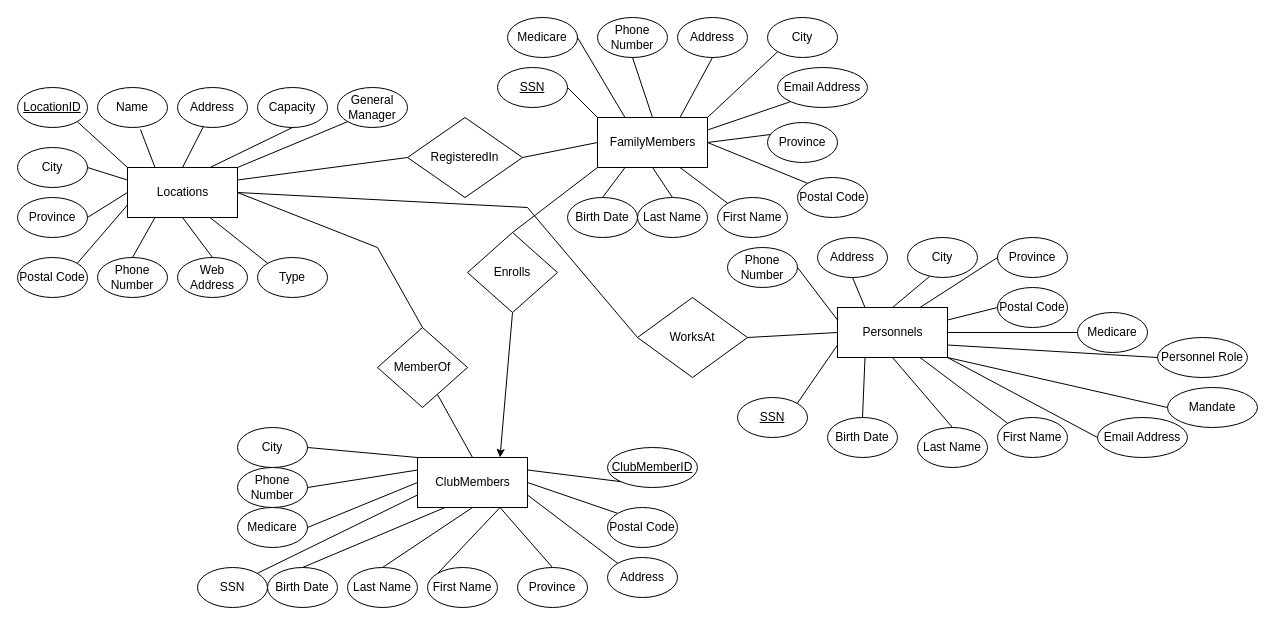
The draw.io diagram ERDiagram.drawio in Siri2K/Club-membership, before the edit. Source tidied: cells renumbered, new cells numbered last; positions are measured from the earlier drawing's top-left corner, leaving out a move shared by most shapes. Both pictures are drawn from the tidied source at 100%, with x=0, y=0 at pixel (17, 17).
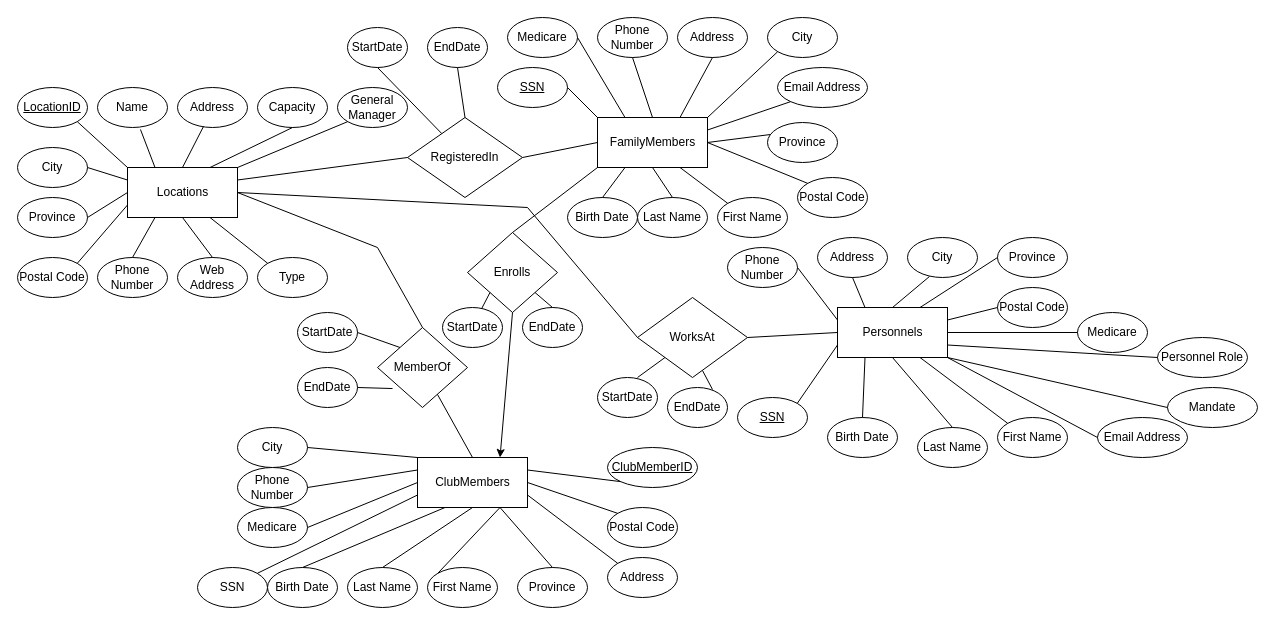
After the change.

Unchanged cells that the change refers to:
```xml
<mxCell id="98" value="MemberOf" style="rhombus;whiteSpace=wrap;html=1;" parent="1" vertex="1">
  <mxGeometry x="360" y="310" width="90" height="80" as="geometry" />
</mxCell>
<mxCell id="99" value="WorksAt" style="rhombus;whiteSpace=wrap;html=1;" parent="1" vertex="1">
  <mxGeometry x="620" y="280" width="110" height="80" as="geometry" />
</mxCell>
<mxCell id="100" value="Enrolls" style="rhombus;whiteSpace=wrap;html=1;" parent="1" vertex="1">
  <mxGeometry x="450" y="215" width="90" height="80" as="geometry" />
</mxCell>
<mxCell id="101" value="RegisteredIn" style="rhombus;whiteSpace=wrap;html=1;" parent="1" vertex="1">
  <mxGeometry x="390" y="100" width="115" height="80" as="geometry" />
</mxCell>
```

Change to the diagram source:
```diff
@@
+    <mxCell id="110" value="StartDate" style="ellipse;whiteSpace=wrap;html=1;" parent="1" vertex="1">
+      <mxGeometry x="330" y="10" width="60" height="40" as="geometry" />
+    </mxCell>
+    <mxCell id="111" style="endArrow=none;html=1;rounded=0;entryX=0.5;entryY=1;entryDx=0;entryDy=0;" parent="1" edge="1" source="101" target="110">
+      <mxGeometry relative="1" as="geometry" />
+    </mxCell>
+    <mxCell id="112" value="EndDate" style="ellipse;whiteSpace=wrap;html=1;" parent="1" vertex="1">
+      <mxGeometry x="410" y="10" width="60" height="40" as="geometry" />
+    </mxCell>
+    <mxCell id="113" style="endArrow=none;html=1;rounded=0;entryX=0.5;entryY=1;entryDx=0;entryDy=0;exitX=0.5;exitY=0;exitDx=0;exitDy=0;" parent="1" edge="1" source="101" target="112">
+      <mxGeometry relative="1" as="geometry" />
+    </mxCell>
+    <mxCell id="114" value="StartDate" style="ellipse;whiteSpace=wrap;html=1;" parent="1" vertex="1">
+      <mxGeometry x="280" y="295" width="60" height="40" as="geometry" />
+    </mxCell>
+    <mxCell id="115" value="EndDate" style="ellipse;whiteSpace=wrap;html=1;" parent="1" vertex="1">
+      <mxGeometry x="280" y="350" width="60" height="40" as="geometry" />
+    </mxCell>
+    <mxCell id="116" value="StartDate" style="ellipse;whiteSpace=wrap;html=1;" parent="1" vertex="1">
+      <mxGeometry x="580" y="360" width="60" height="40" as="geometry" />
+    </mxCell>
+    <mxCell id="117" value="EndDate" style="ellipse;whiteSpace=wrap;html=1;" parent="1" vertex="1">
+      <mxGeometry x="650" y="370" width="60" height="40" as="geometry" />
+    </mxCell>
+    <mxCell id="118" value="StartDate" style="ellipse;whiteSpace=wrap;html=1;" parent="1" vertex="1">
+      <mxGeometry x="425" y="290" width="60" height="40" as="geometry" />
+    </mxCell>
+    <mxCell id="119" value="EndDate" style="ellipse;whiteSpace=wrap;html=1;" parent="1" vertex="1">
+      <mxGeometry x="505" y="290" width="60" height="40" as="geometry" />
+    </mxCell>
+    <mxCell id="120" style="endArrow=none;html=1;rounded=0;entryX=0;entryY=0;entryDx=0;entryDy=0;exitX=1;exitY=0.5;exitDx=0;exitDy=0;" parent="1" edge="1" source="114" target="98">
+      <mxGeometry relative="1" as="geometry" />
+    </mxCell>
+    <mxCell id="121" style="endArrow=none;html=1;rounded=0;entryX=0.167;entryY=0.763;entryDx=0;entryDy=0;entryPerimeter=0;exitX=1;exitY=0.5;exitDx=0;exitDy=0;" parent="1" edge="1" source="115" target="98">
+      <mxGeometry relative="1" as="geometry" />
+    </mxCell>
+    <mxCell id="122" style="endArrow=none;html=1;rounded=0;entryX=0;entryY=1;entryDx=0;entryDy=0;" parent="1" edge="1" source="118" target="100">
+      <mxGeometry relative="1" as="geometry" />
+    </mxCell>
+    <mxCell id="123" style="endArrow=none;html=1;rounded=0;entryX=1;entryY=1;entryDx=0;entryDy=0;exitX=0.5;exitY=0;exitDx=0;exitDy=0;" parent="1" edge="1" source="119" target="100">
+      <mxGeometry relative="1" as="geometry" />
+    </mxCell>
+    <mxCell id="124" style="endArrow=none;html=1;rounded=0;entryX=0;entryY=1;entryDx=0;entryDy=0;" parent="1" edge="1" target="99">
+      <mxGeometry relative="1" as="geometry">
+        <mxPoint x="620" y="360" as="sourcePoint" />
+      </mxGeometry>
+    </mxCell>
+    <mxCell id="125" style="endArrow=none;html=1;rounded=0;entryX=0.591;entryY=0.913;entryDx=0;entryDy=0;entryPerimeter=0;exitX=0.75;exitY=0.05;exitDx=0;exitDy=0;exitPerimeter=0;" parent="1" edge="1" source="117" target="99">
+      <mxGeometry relative="1" as="geometry" />
+    </mxCell>
```
